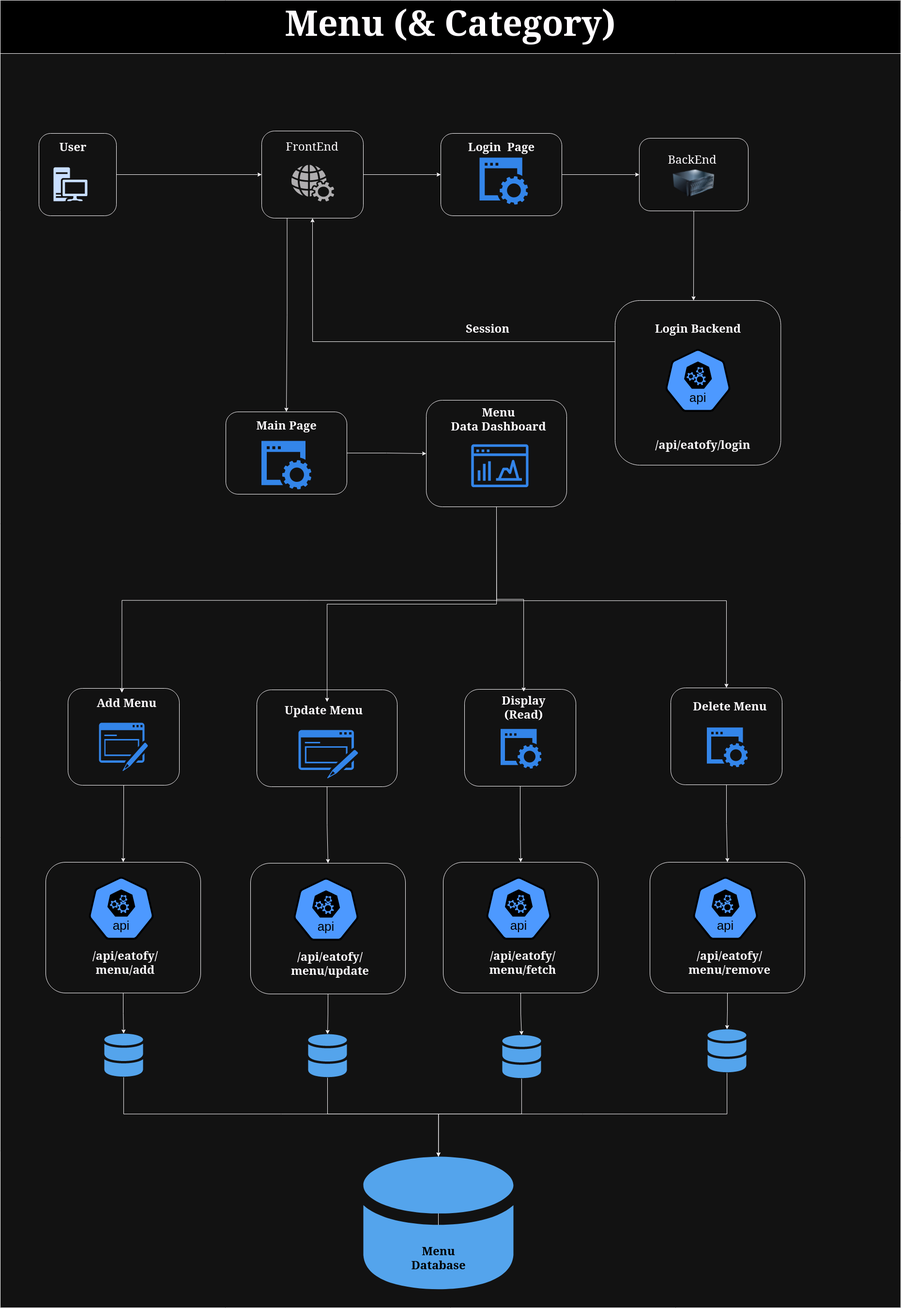
Earlier version of the draw.io export Phase-3/Menu.png (appnichetechnologies/Eatofy-System-Design). Source tidied: cells renumbered, new cells last; positions are measured from the earlier drawing's top-left corner, leaving out a move shared by most shapes.
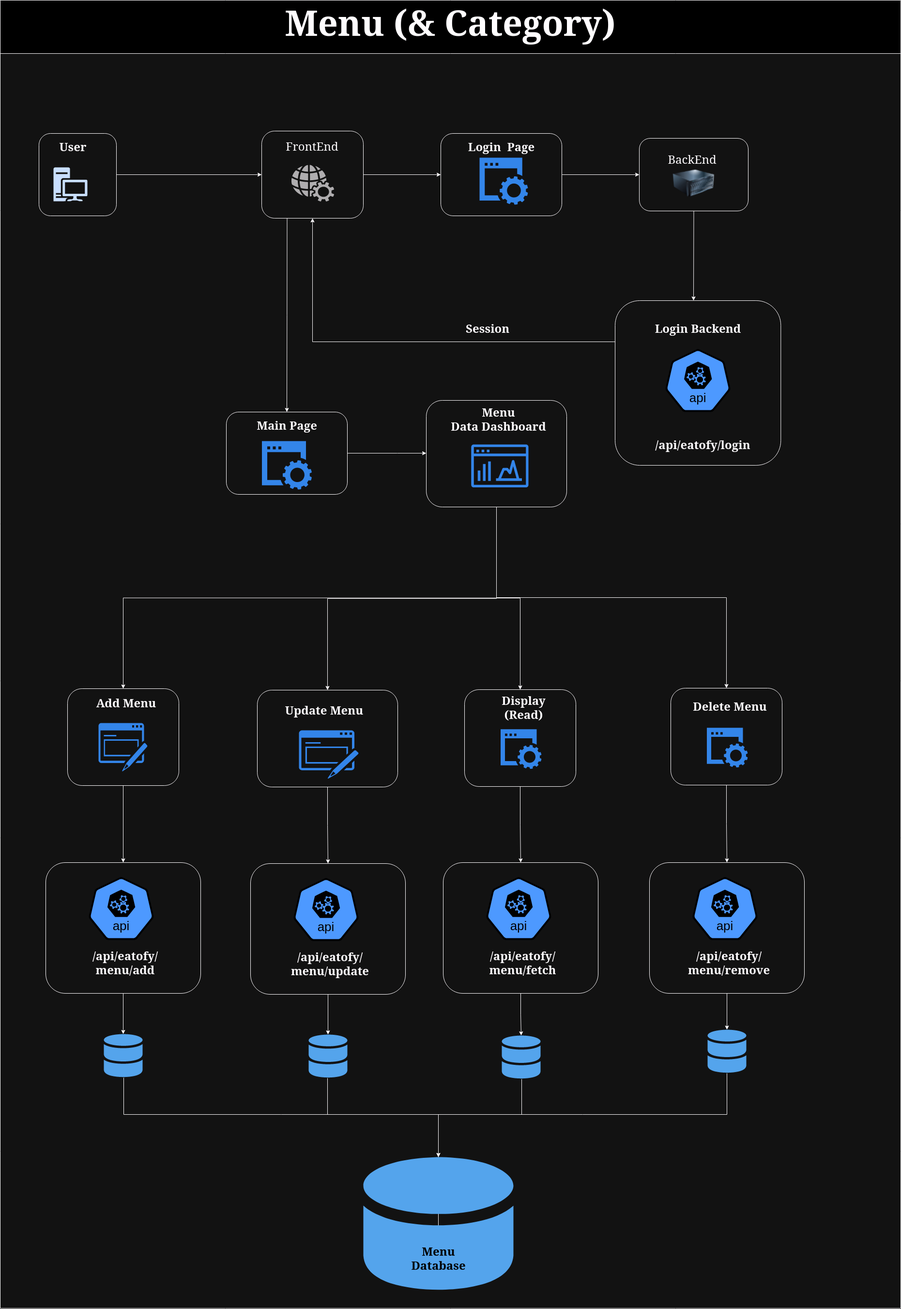
After the commit.

Change to the diagram source:
```diff
@@ -92,7 +92,7 @@
       <mxGeometry x="960" y="660" width="105" height="60" as="geometry" />
     </mxCell>
     <mxCell id="31" style="group;" parent="1" vertex="1">
-      <mxGeometry x="466" y="850" width="250" height="170" as="geometry" />
+      <mxGeometry x="467" y="850" width="250" height="170" as="geometry" />
     </mxCell>
     <mxCell id="32" style="rounded=1;whiteSpace=wrap;html=1;fillColor=none;" parent="31" vertex="1">
       <mxGeometry width="250" height="170" as="geometry" />
@@ -112,7 +112,7 @@
       </mxGeometry>
     </mxCell>
     <mxCell id="36" style="sketch=0;shadow=0;dashed=0;html=1;strokeColor=none;labelPosition=center;verticalLabelPosition=bottom;verticalAlign=top;outlineConnect=0;align=center;shape=mxgraph.office.databases.database_mini_2;fillColor=#2072B8;" parent="1" vertex="1">
-      <mxGeometry x="215" y="2134" width="80" height="90" as="geometry" />
+      <mxGeometry x="214" y="2134" width="80" height="90" as="geometry" />
     </mxCell>
     <mxCell id="37" style="edgeStyle=orthogonalEdgeStyle;rounded=0;jettySize=auto;html=1;" parent="1" edge="1" source="38" target="43">
       <mxGeometry relative="1" as="geometry">
@@ -123,7 +123,7 @@
       </mxGeometry>
     </mxCell>
     <mxCell id="38" style="sketch=0;shadow=0;dashed=0;html=1;strokeColor=none;labelPosition=center;verticalLabelPosition=bottom;verticalAlign=top;outlineConnect=0;align=center;shape=mxgraph.office.databases.database_mini_2;fillColor=#2072B8;" parent="1" vertex="1">
-      <mxGeometry x="636" y="2135" width="80" height="90" as="geometry" />
+      <mxGeometry x="637" y="2135" width="80" height="90" as="geometry" />
     </mxCell>
     <mxCell id="39" style="edgeStyle=orthogonalEdgeStyle;rounded=0;jettySize=auto;html=1;" parent="1" edge="1" source="40" target="43">
       <mxGeometry relative="1" as="geometry">
@@ -134,7 +134,7 @@
       </mxGeometry>
     </mxCell>
     <mxCell id="40" style="sketch=0;shadow=0;dashed=0;html=1;strokeColor=none;labelPosition=center;verticalLabelPosition=bottom;verticalAlign=top;outlineConnect=0;align=center;shape=mxgraph.office.databases.database_mini_2;fillColor=#2072B8;" parent="1" vertex="1">
-      <mxGeometry x="1037" y="2137" width="80" height="90" as="geometry" />
+      <mxGeometry x="1036" y="2137" width="80" height="90" as="geometry" />
     </mxCell>
     <mxCell id="41" style="edgeStyle=orthogonalEdgeStyle;rounded=0;jettySize=auto;html=1;" parent="1" edge="1" source="42" target="43">
       <mxGeometry relative="1" as="geometry">
@@ -151,7 +151,7 @@
       <mxGeometry x="750" y="2388" width="310" height="280" as="geometry" />
     </mxCell>
     <mxCell id="44" style="group;" parent="1" vertex="1">
-      <mxGeometry x="140" y="1421" width="236" height="200" as="geometry" />
+      <mxGeometry x="139" y="1421" width="236" height="200" as="geometry" />
     </mxCell>
     <mxCell id="45" style="rounded=1;whiteSpace=wrap;html=1;fillColor=none;" parent="44" vertex="1">
       <mxGeometry width="230" height="200" as="geometry" />
@@ -163,7 +163,7 @@
       <mxGeometry x="64" y="71" width="101" height="100" as="geometry" />
     </mxCell>
     <mxCell id="48" style="group;" parent="1" vertex="1">
-      <mxGeometry x="530" y="1424" width="300" height="200" as="geometry" />
+      <mxGeometry x="531" y="1424" width="300" height="200" as="geometry" />
     </mxCell>
     <mxCell id="49" style="rounded=1;whiteSpace=wrap;html=1;fillColor=none;" parent="48" vertex="1">
       <mxGeometry width="290" height="200" as="geometry" />
@@ -214,17 +214,13 @@
       <mxGeometry x="92.8" y="90.6" width="118.2" height="89.4" as="geometry" />
     </mxCell>
     <mxCell id="65" style="edgeStyle=orthogonalEdgeStyle;rounded=0;jettySize=auto;html=1;exitX=1;exitY=0.5;exitDx=0;exitDy=0;" parent="1" edge="1" source="32" target="62">
-      <mxGeometry relative="1" as="geometry" />
+      <mxGeometry relative="1" as="geometry">
+        <Array as="points">
+          <mxPoint x="820" y="935" />
+          <mxPoint x="820" y="935" />
+        </Array>
+      </mxGeometry>
     </mxCell>
-    <mxCell id="66" style="edgeStyle=orthogonalEdgeStyle;rounded=0;jettySize=auto;html=1;exitX=0.5;exitY=1;exitDx=0;exitDy=0;entryX=0.435;entryY=-0.069;entryDx=0;entryDy=0;entryPerimeter=0;" parent="1" edge="1" source="62" target="46">
-      <mxGeometry relative="1" as="geometry" />
-    </mxCell>
-    <mxCell id="67" style="edgeStyle=orthogonalEdgeStyle;rounded=0;jettySize=auto;html=1;exitX=0.5;exitY=1;exitDx=0;exitDy=0;entryX=0.539;entryY=0.032;entryDx=0;entryDy=0;entryPerimeter=0;" parent="1" edge="1" source="62" target="50">
-      <mxGeometry relative="1" as="geometry" />
-    </mxCell>
-    <mxCell id="68" style="edgeStyle=orthogonalEdgeStyle;rounded=0;jettySize=auto;html=1;exitX=0.5;exitY=1;exitDx=0;exitDy=0;" parent="1" edge="1" source="62" target="56">
-      <mxGeometry relative="1" as="geometry" />
-    </mxCell>
     <mxCell id="69" style="edgeStyle=orthogonalEdgeStyle;rounded=0;jettySize=auto;html=1;exitX=0.5;exitY=1;exitDx=0;exitDy=0;entryX=0.5;entryY=0;entryDx=0;entryDy=0;" parent="1" edge="1" source="45" target="71">
       <mxGeometry relative="1" as="geometry" />
     </mxCell>
@@ -265,7 +261,7 @@
       <mxGeometry x="84" y="175" width="160" height="70" as="geometry" />
     </mxCell>
     <mxCell id="82" style="group;" parent="1" vertex="1">
-      <mxGeometry x="1342" y="1780" width="320" height="270" as="geometry" />
+      <mxGeometry x="1341" y="1780" width="320" height="270" as="geometry" />
     </mxCell>
     <mxCell id="83" style="rounded=1;whiteSpace=wrap;html=1;fillColor=none;" parent="82" vertex="1">
       <mxGeometry width="320" height="270" as="geometry" />
@@ -285,14 +281,6 @@
     <mxCell id="88" style="edgeStyle=orthogonalEdgeStyle;rounded=0;jettySize=auto;html=1;exitX=0.5;exitY=1;exitDx=0;exitDy=0;entryX=0.5;entryY=0;entryDx=0;entryDy=0;" parent="1" edge="1" source="59" target="83">
       <mxGeometry relative="1" as="geometry" />
     </mxCell>
-    <mxCell id="89" style="edgeStyle=orthogonalEdgeStyle;rounded=0;jettySize=auto;html=1;exitX=0.5;exitY=1;exitDx=0;exitDy=0;entryX=0.5;entryY=0;entryDx=0;entryDy=0;" parent="1" edge="1" source="62" target="59">
-      <mxGeometry relative="1" as="geometry">
-        <Array as="points">
-          <mxPoint x="1025" y="1240" />
-          <mxPoint x="1500" y="1240" />
-        </Array>
-      </mxGeometry>
-    </mxCell>
     <mxCell id="90" style="edgeStyle=orthogonalEdgeStyle;rounded=0;jettySize=auto;html=1;exitX=0.5;exitY=1;exitDx=0;exitDy=0;" parent="1" edge="1" source="71" target="36">
       <mxGeometry relative="1" as="geometry" />
     </mxCell>
@@ -305,5 +293,22 @@
     <mxCell id="93" style="edgeStyle=orthogonalEdgeStyle;rounded=0;jettySize=auto;html=1;exitX=0.5;exitY=1;exitDx=0;exitDy=0;" parent="1" edge="1" source="83" target="42">
       <mxGeometry relative="1" as="geometry" />
     </mxCell>
+    <mxCell id="94" style="edgeStyle=orthogonalEdgeStyle;rounded=0;jettySize=auto;html=1;exitX=0.5;exitY=1;exitDx=0;exitDy=0;entryX=0.5;entryY=0;entryDx=0;entryDy=0;" parent="1" edge="1" source="62" target="49">
+      <mxGeometry relative="1" as="geometry" />
+    </mxCell>
+    <mxCell id="95" style="edgeStyle=orthogonalEdgeStyle;rounded=0;jettySize=auto;html=1;exitX=0.5;exitY=1;exitDx=0;exitDy=0;entryX=0.5;entryY=0;entryDx=0;entryDy=0;" parent="1" edge="1" source="62" target="55">
+      <mxGeometry relative="1" as="geometry">
+        <Array as="points">
+          <mxPoint x="1025" y="1234" />
+          <mxPoint x="1074" y="1234" />
+        </Array>
+      </mxGeometry>
+    </mxCell>
+    <mxCell id="96" style="edgeStyle=orthogonalEdgeStyle;rounded=0;jettySize=auto;html=1;exitX=0.5;exitY=1;exitDx=0;exitDy=0;entryX=0.5;entryY=0;entryDx=0;entryDy=0;" parent="1" edge="1" source="62" target="45">
+      <mxGeometry relative="1" as="geometry" />
+    </mxCell>
+    <mxCell id="89" style="edgeStyle=orthogonalEdgeStyle;rounded=0;jettySize=auto;html=1;exitX=0.5;exitY=1;exitDx=0;exitDy=0;entryX=0.5;entryY=0;entryDx=0;entryDy=0;" parent="1" edge="1" source="62" target="59">
+      <mxGeometry relative="1" as="geometry" />
+    </mxCell>
   </root>
 </mxGraphModel>
```
